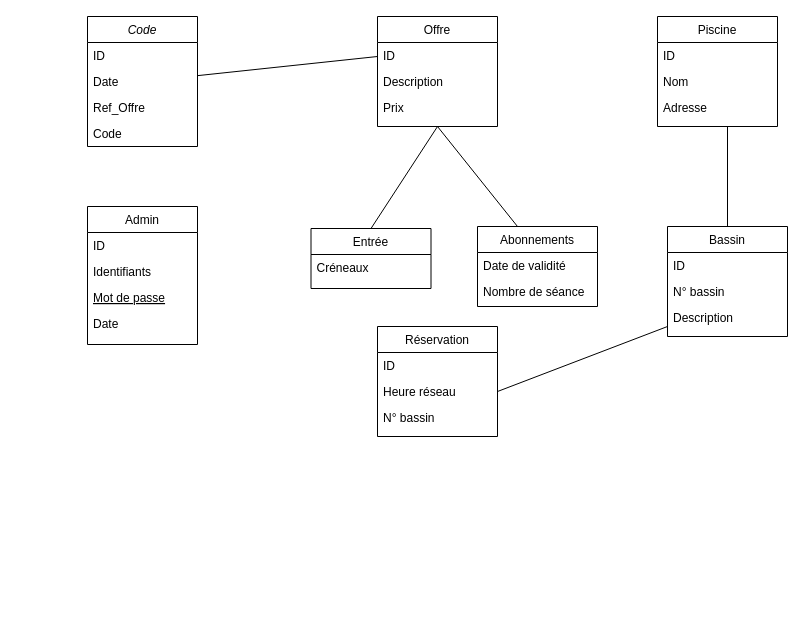
Chic0s/PiscineRennes keeps this draw.io diagram as Diagramme sans nom.drawio. Above is the earlier version. Source tidied: cells renumbered, new cells numbered last; positions are measured from the earlier drawing's top-left corner, leaving out a move shared by most shapes. Both pictures are drawn from the tidied source at 100%, with x=0, y=0 at pixel (87, 16).
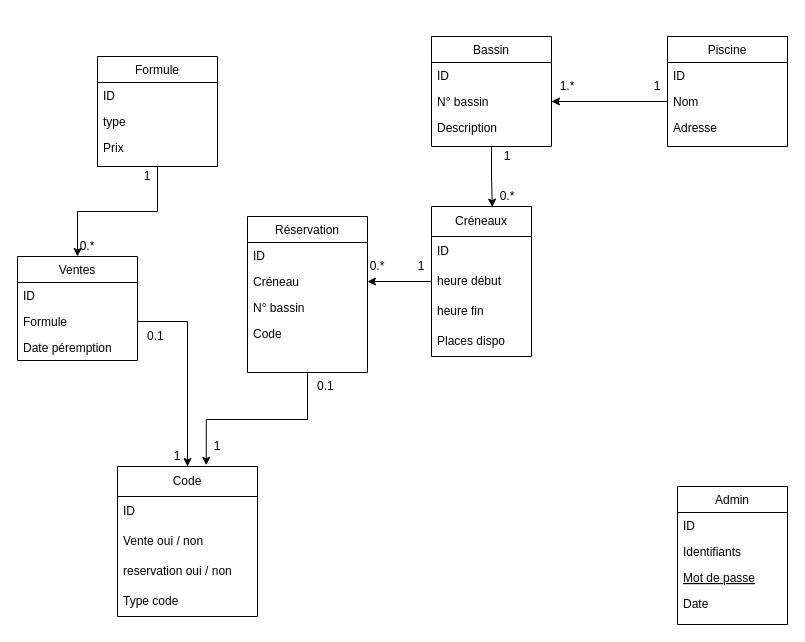
After the change.

Commit message:
Mettre à jour Diagramme sans nom.drawio

Unchanged cells that the change refers to:
```xml
<mxCell id="23" value="N° bassin" style="text;align=left;verticalAlign=top;spacingLeft=4;spacingRight=4;overflow=hidden;points=[[0,0.5],[1,0.5]];portConstraint=eastwest;rounded=0;shadow=0;html=0;" parent="21" vertex="1">
  <mxGeometry y="52" width="120" height="26" as="geometry" />
</mxCell>
<mxCell id="31" value="Nom" style="text;align=left;verticalAlign=top;spacingLeft=4;spacingRight=4;overflow=hidden;points=[[0,0.5],[1,0.5]];portConstraint=eastwest;rounded=0;shadow=0;html=0;" parent="29" vertex="1">
  <mxGeometry y="52" width="120" height="26" as="geometry" />
</mxCell>
```

What changed in the source:
```diff
@@
-    <mxCell id="2" value="Code" style="swimlane;fontStyle=2;align=center;verticalAlign=top;horizontal=1;startSize=26;rounded=0;shadow=0;strokeWidth=1;" parent="1" vertex="1">
-      <mxGeometry width="110" height="130" as="geometry" />
-    </mxCell>
-    <mxCell id="3" value="ID    " style="text;align=left;verticalAlign=top;spacingLeft=4;spacingRight=4;overflow=hidden;rounded=0;shadow=0;html=0;" parent="2" vertex="1">
-      <mxGeometry y="26" width="110" height="26" as="geometry" />
-    </mxCell>
-    <mxCell id="4" value="Date" style="text;align=left;verticalAlign=top;spacingLeft=4;spacingRight=4;overflow=hidden;points=[[0,0.5],[1,0.5]];portConstraint=eastwest;rounded=0;shadow=0;html=0;" parent="2" vertex="1">
-      <mxGeometry y="52" width="110" height="26" as="geometry" />
-    </mxCell>
-    <mxCell id="5" value="Ref_Offre" style="text;align=left;verticalAlign=top;spacingLeft=4;spacingRight=4;overflow=hidden;" parent="2" vertex="1">
-      <mxGeometry y="78" width="110" height="26" as="geometry" />
-    </mxCell>
-    <mxCell id="6" value="Code" style="text;align=left;verticalAlign=top;spacingLeft=4;spacingRight=4;overflow=hidden;rounded=0;shadow=0;html=0;" parent="2" vertex="1">
-      <mxGeometry y="104" width="110" height="26" as="geometry" />
-    </mxCell>
     <mxCell id="7" value="Admin" style="swimlane;fontStyle=0;align=center;verticalAlign=top;horizontal=1;startSize=26;rounded=0;shadow=0;strokeWidth=1;" parent="1" vertex="1">
-      <mxGeometry y="190" width="110" height="138" as="geometry" />
+      <mxGeometry x="590" y="470" width="110" height="138" as="geometry" />
     </mxCell>
@@
-    <mxCell id="12" value="Abonnements" style="swimlane;fontStyle=0;align=center;verticalAlign=top;horizontal=1;startSize=26;rounded=0;shadow=0;strokeWidth=1;" parent="1" vertex="1">
-      <mxGeometry x="390" y="210" width="120" height="80" as="geometry" />
-    </mxCell>
-    <mxCell id="13" value="Date de validité" style="text;align=left;verticalAlign=top;spacingLeft=4;spacingRight=4;overflow=hidden;" parent="12" vertex="1">
-      <mxGeometry y="26" width="120" height="26" as="geometry" />
-    </mxCell>
-    <mxCell id="14" value="Nombre de séance" style="text;align=left;verticalAlign=top;spacingLeft=4;spacingRight=4;overflow=hidden;rounded=0;shadow=0;html=0;" parent="12" vertex="1">
-      <mxGeometry y="52" width="120" height="26" as="geometry" />
-    </mxCell>
+    <mxCell id="38" style="edgeStyle=orthogonalEdgeStyle;rounded=0;jettySize=auto;html=1;exitX=0.5;exitY=1;exitDx=0;exitDy=0;entryX=0.5;entryY=0;entryDx=0;entryDy=0;" parent="1" edge="1" source="15" target="19">
+      <mxGeometry relative="1" as="geometry" />
+    </mxCell>
-    <mxCell id="15" value="Offre" style="swimlane;fontStyle=0;align=center;verticalAlign=top;horizontal=1;startSize=26;rounded=0;shadow=0;strokeWidth=1;" parent="1" vertex="1">
-      <mxGeometry x="290" width="120" height="110" as="geometry" />
+    <mxCell id="15" value="Formule" style="swimlane;fontStyle=0;align=center;verticalAlign=top;horizontal=1;startSize=26;rounded=0;shadow=0;strokeWidth=1;" parent="1" vertex="1">
+      <mxGeometry x="10" y="40" width="120" height="110" as="geometry" />
     </mxCell>
@@
-    <mxCell id="17" value="Description    " style="text;align=left;verticalAlign=top;spacingLeft=4;spacingRight=4;overflow=hidden;rounded=0;shadow=0;html=0;" parent="15" vertex="1">
+    <mxCell id="17" value="type" style="text;align=left;verticalAlign=top;spacingLeft=4;spacingRight=4;overflow=hidden;rounded=0;shadow=0;html=0;" parent="15" vertex="1">
       <mxGeometry y="52" width="120" height="26" as="geometry" />
     </mxCell>
@@
-    <mxCell id="19" value="Entrée" style="swimlane;fontStyle=0;align=center;verticalAlign=top;horizontal=1;startSize=26;rounded=0;shadow=0;strokeWidth=1;" parent="1" vertex="1">
-      <mxGeometry x="223.5" y="212" width="120" height="60" as="geometry" />
+    <mxCell id="19" value="Ventes" style="swimlane;fontStyle=0;align=center;verticalAlign=top;horizontal=1;startSize=26;rounded=0;shadow=0;strokeWidth=1;" parent="1" vertex="1">
+      <mxGeometry x="-70" y="240" width="120" height="104" as="geometry" />
     </mxCell>
-    <mxCell id="20" value="Créneaux" style="text;align=left;verticalAlign=top;spacingLeft=4;spacingRight=4;overflow=hidden;" parent="19" vertex="1">
+    <mxCell id="20" value="ID" style="text;align=left;verticalAlign=top;spacingLeft=4;spacingRight=4;overflow=hidden;" parent="19" vertex="1">
       <mxGeometry y="26" width="120" height="26" as="geometry" />
     </mxCell>
+    <mxCell id="39" value="Formule" style="text;align=left;verticalAlign=top;spacingLeft=4;spacingRight=4;overflow=hidden;points=[[0,0.5],[1,0.5]];portConstraint=eastwest;" parent="19" vertex="1">
+      <mxGeometry y="52" width="120" height="26" as="geometry" />
+    </mxCell>
+    <mxCell id="40" value="Date péremption" style="text;align=left;verticalAlign=top;spacingLeft=4;spacingRight=4;overflow=hidden;" parent="19" vertex="1">
+      <mxGeometry y="78" width="120" height="26" as="geometry" />
+    </mxCell>
+    <mxCell id="41" style="edgeStyle=orthogonalEdgeStyle;rounded=0;jettySize=auto;html=1;exitX=0.5;exitY=1;exitDx=0;exitDy=0;entryX=0.608;entryY=0.004;entryDx=0;entryDy=0;entryPerimeter=0;" parent="1" edge="1" source="21" target="44">
+      <mxGeometry relative="1" as="geometry" />
+    </mxCell>
     <mxCell id="21" value="Bassin" style="swimlane;fontStyle=0;align=center;verticalAlign=top;horizontal=1;startSize=26;rounded=0;shadow=0;strokeWidth=1;" parent="1" vertex="1">
-      <mxGeometry x="580" y="210" width="120" height="110" as="geometry" />
+      <mxGeometry x="344" y="20" width="120" height="110" as="geometry" />
     </mxCell>
@@
+    <mxCell id="42" style="edgeStyle=orthogonalEdgeStyle;rounded=0;jettySize=auto;html=1;exitX=0.5;exitY=1;exitDx=0;exitDy=0;entryX=0.634;entryY=-0.008;entryDx=0;entryDy=0;entryPerimeter=0;" parent="1" edge="1" source="25" target="2">
+      <mxGeometry relative="1" as="geometry" />
+    </mxCell>
     <mxCell id="25" value="Réservation" style="swimlane;fontStyle=0;align=center;verticalAlign=top;horizontal=1;startSize=26;rounded=0;shadow=0;strokeWidth=1;" parent="1" vertex="1">
-      <mxGeometry x="290" y="310" width="120" height="110" as="geometry" />
+      <mxGeometry x="160" y="200" width="120" height="156" as="geometry" />
     </mxCell>
@@
-    <mxCell id="27" value="Heure réseau" style="text;align=left;verticalAlign=top;spacingLeft=4;spacingRight=4;overflow=hidden;points=[[0,0.5],[1,0.5]];portConstraint=eastwest;rounded=0;shadow=0;html=0;" parent="25" vertex="1">
+    <mxCell id="27" value="Créneau" style="text;align=left;verticalAlign=top;spacingLeft=4;spacingRight=4;overflow=hidden;points=[[0,0.5],[1,0.5]];portConstraint=eastwest;rounded=0;shadow=0;html=0;" parent="25" vertex="1">
       <mxGeometry y="52" width="120" height="26" as="geometry" />
     </mxCell>
@@
+    <mxCell id="6" value="Code" style="text;align=left;verticalAlign=top;spacingLeft=4;spacingRight=4;overflow=hidden;rounded=0;shadow=0;html=0;" parent="25" vertex="1">
+      <mxGeometry y="104" width="120" height="26" as="geometry" />
+    </mxCell>
     <mxCell id="29" value="Piscine" style="swimlane;fontStyle=0;align=center;verticalAlign=top;horizontal=1;startSize=26;rounded=0;shadow=0;strokeWidth=1;" parent="1" vertex="1">
-      <mxGeometry x="570" width="120" height="110" as="geometry" />
+      <mxGeometry x="580" y="20" width="120" height="110" as="geometry" />
     </mxCell>
@@
-    <mxCell id="33" style="endArrow=none;html=1;rounded=0;exitX=0.5;exitY=1;exitDx=0;exitDy=0;" parent="1" edge="1" source="15">
-      <mxGeometry relative="1" as="geometry">
-        <mxPoint x="430" y="210" as="targetPoint" />
-      </mxGeometry>
-    </mxCell>
-    <mxCell id="34" style="endArrow=none;html=1;rounded=0;exitX=0.5;exitY=0;exitDx=0;exitDy=0;entryX=0.5;entryY=1;entryDx=0;entryDy=0;" parent="1" edge="1" source="19" target="15">
-      <mxGeometry relative="1" as="geometry" />
-    </mxCell>
-    <mxCell id="35" style="endArrow=none;html=1;rounded=0;" parent="1" edge="1" source="21">
-      <mxGeometry relative="1" as="geometry">
-        <mxPoint x="640" y="110" as="targetPoint" />
-      </mxGeometry>
-    </mxCell>
-    <mxCell id="36" style="endArrow=none;html=1;rounded=0;exitX=1;exitY=0.5;exitDx=0;exitDy=0;" parent="1" edge="1" source="27">
-      <mxGeometry relative="1" as="geometry">
-        <mxPoint x="580" y="310" as="targetPoint" />
-      </mxGeometry>
-    </mxCell>
-    <mxCell id="37" style="endArrow=none;html=1;rounded=0;" parent="1" edge="1" source="4">
-      <mxGeometry relative="1" as="geometry">
-        <mxPoint x="290" y="40" as="targetPoint" />
-      </mxGeometry>
-    </mxCell>
+    <mxCell id="43" style="edgeStyle=orthogonalEdgeStyle;rounded=0;jettySize=auto;html=1;exitX=0;exitY=0.5;exitDx=0;exitDy=0;entryX=1;entryY=0.5;entryDx=0;entryDy=0;" parent="1" edge="1" source="31" target="23">
+      <mxGeometry relative="1" as="geometry" />
+    </mxCell>
+    <mxCell id="44" value="Créneaux" style="swimlane;fontStyle=0;horizontal=1;startSize=30;whiteSpace=wrap;html=1;" parent="1" vertex="1">
+      <mxGeometry x="344" y="190" width="100" height="150" as="geometry" />
+    </mxCell>
+    <mxCell id="45" value="ID" style="text;strokeColor=none;fillColor=none;align=left;verticalAlign=middle;spacingLeft=4;spacingRight=4;overflow=hidden;whiteSpace=wrap;html=1;" parent="44" vertex="1">
+      <mxGeometry y="30" width="100" height="30" as="geometry" />
+    </mxCell>
+    <mxCell id="46" value="heure début" style="text;strokeColor=none;fillColor=none;align=left;verticalAlign=middle;spacingLeft=4;spacingRight=4;overflow=hidden;points=[[0,0.5],[1,0.5]];portConstraint=eastwest;whiteSpace=wrap;html=1;" parent="44" vertex="1">
+      <mxGeometry y="60" width="100" height="30" as="geometry" />
+    </mxCell>
+    <mxCell id="47" value="heure fin" style="text;strokeColor=none;fillColor=none;align=left;verticalAlign=middle;spacingLeft=4;spacingRight=4;overflow=hidden;whiteSpace=wrap;html=1;" parent="44" vertex="1">
+      <mxGeometry y="90" width="100" height="30" as="geometry" />
+    </mxCell>
+    <mxCell id="48" value="Places dispo" style="text;strokeColor=none;fillColor=none;align=left;verticalAlign=middle;spacingLeft=4;spacingRight=4;overflow=hidden;whiteSpace=wrap;html=1;" parent="44" vertex="1">
+      <mxGeometry y="120" width="100" height="30" as="geometry" />
+    </mxCell>
+    <mxCell id="49" value="1" style="text;html=1;strokeColor=none;fillColor=none;align=center;verticalAlign=middle;whiteSpace=wrap;rounded=0;" parent="1" vertex="1">
+      <mxGeometry x="560" y="60" width="20" height="20" as="geometry" />
+    </mxCell>
+    <mxCell id="50" value="1.*" style="text;html=1;strokeColor=none;fillColor=none;align=center;verticalAlign=middle;whiteSpace=wrap;rounded=0;" parent="1" vertex="1">
+      <mxGeometry x="470" y="60" width="20" height="20" as="geometry" />
+    </mxCell>
+    <mxCell id="51" value="1" style="text;html=1;strokeColor=none;fillColor=none;align=center;verticalAlign=middle;whiteSpace=wrap;rounded=0;" parent="1" vertex="1">
+      <mxGeometry x="410" y="130" width="20" height="20" as="geometry" />
+    </mxCell>
+    <mxCell id="52" value="0.*" style="text;html=1;strokeColor=none;fillColor=none;align=center;verticalAlign=middle;whiteSpace=wrap;rounded=0;" parent="1" vertex="1">
+      <mxGeometry x="410" y="170" width="20" height="20" as="geometry" />
+    </mxCell>
+    <mxCell id="53" value="1" style="text;html=1;strokeColor=none;fillColor=none;align=center;verticalAlign=middle;whiteSpace=wrap;rounded=0;" parent="1" vertex="1">
+      <mxGeometry x="50" y="150" width="20" height="20" as="geometry" />
+    </mxCell>
+    <mxCell id="54" value="0.*" style="text;html=1;strokeColor=none;fillColor=none;align=center;verticalAlign=middle;whiteSpace=wrap;rounded=0;" parent="1" vertex="1">
+      <mxGeometry x="-10" y="220" width="20" height="20" as="geometry" />
+    </mxCell>
+    <mxCell id="2" value="Code" style="swimlane;fontStyle=0;horizontal=1;startSize=30;whiteSpace=wrap;html=1;" parent="1" vertex="1">
+      <mxGeometry x="30" y="450" width="140" height="150" as="geometry" />
+    </mxCell>
+    <mxCell id="55" value="ID" style="text;strokeColor=none;fillColor=none;align=left;verticalAlign=middle;spacingLeft=4;spacingRight=4;overflow=hidden;whiteSpace=wrap;html=1;" parent="2" vertex="1">
+      <mxGeometry y="30" width="140" height="30" as="geometry" />
+    </mxCell>
+    <mxCell id="56" value="Vente oui / non" style="text;strokeColor=none;fillColor=none;align=left;verticalAlign=middle;spacingLeft=4;spacingRight=4;overflow=hidden;whiteSpace=wrap;html=1;" parent="2" vertex="1">
+      <mxGeometry y="60" width="140" height="30" as="geometry" />
+    </mxCell>
+    <mxCell id="57" value="reservation oui / non" style="text;strokeColor=none;fillColor=none;align=left;verticalAlign=middle;spacingLeft=4;spacingRight=4;overflow=hidden;whiteSpace=wrap;html=1;" parent="2" vertex="1">
+      <mxGeometry y="90" width="140" height="30" as="geometry" />
+    </mxCell>
+    <mxCell id="58" value="Type code" style="text;strokeColor=none;fillColor=none;align=left;verticalAlign=middle;spacingLeft=4;spacingRight=4;overflow=hidden;whiteSpace=wrap;html=1;" parent="2" vertex="1">
+      <mxGeometry y="120" width="140" height="30" as="geometry" />
+    </mxCell>
+    <mxCell id="59" style="edgeStyle=orthogonalEdgeStyle;rounded=0;jettySize=auto;html=1;exitX=0;exitY=0.5;exitDx=0;exitDy=0;entryX=1;entryY=0.5;entryDx=0;entryDy=0;" parent="1" edge="1" source="46" target="27">
+      <mxGeometry relative="1" as="geometry" />
+    </mxCell>
+    <mxCell id="60" style="edgeStyle=orthogonalEdgeStyle;rounded=0;jettySize=auto;html=1;exitX=1;exitY=0.5;exitDx=0;exitDy=0;entryX=0.5;entryY=0;entryDx=0;entryDy=0;" parent="1" edge="1" source="39" target="2">
+      <mxGeometry relative="1" as="geometry" />
+    </mxCell>
+    <mxCell id="61" value="1" style="text;html=1;strokeColor=none;fillColor=none;align=center;verticalAlign=middle;whiteSpace=wrap;rounded=0;" parent="1" vertex="1">
+      <mxGeometry x="324" y="240" width="20" height="20" as="geometry" />
+    </mxCell>
+    <mxCell id="62" value="0.*" style="text;html=1;strokeColor=none;fillColor=none;align=center;verticalAlign=middle;whiteSpace=wrap;rounded=0;" parent="1" vertex="1">
+      <mxGeometry x="280" y="240" width="20" height="20" as="geometry" />
+    </mxCell>
+    <mxCell id="63" value="0.1&lt;span style=&quot;white-space: pre;&quot;&gt; &lt;/span&gt;" style="text;html=1;strokeColor=none;fillColor=none;align=center;verticalAlign=middle;whiteSpace=wrap;rounded=0;" parent="1" vertex="1">
+      <mxGeometry x="230" y="360" width="20" height="20" as="geometry" />
+    </mxCell>
+    <mxCell id="64" value="0.1&lt;span style=&quot;white-space: pre;&quot;&gt; &lt;/span&gt;" style="text;html=1;strokeColor=none;fillColor=none;align=center;verticalAlign=middle;whiteSpace=wrap;rounded=0;" parent="1" vertex="1">
+      <mxGeometry x="60" y="310" width="20" height="20" as="geometry" />
+    </mxCell>
+    <mxCell id="65" value="1" style="text;html=1;strokeColor=none;fillColor=none;align=center;verticalAlign=middle;whiteSpace=wrap;rounded=0;" parent="1" vertex="1">
+      <mxGeometry x="120" y="420" width="20" height="20" as="geometry" />
+    </mxCell>
+    <mxCell id="66" value="1" style="text;html=1;strokeColor=none;fillColor=none;align=center;verticalAlign=middle;whiteSpace=wrap;rounded=0;" parent="1" vertex="1">
+      <mxGeometry x="80" y="430" width="20" height="20" as="geometry" />
+    </mxCell>
```
